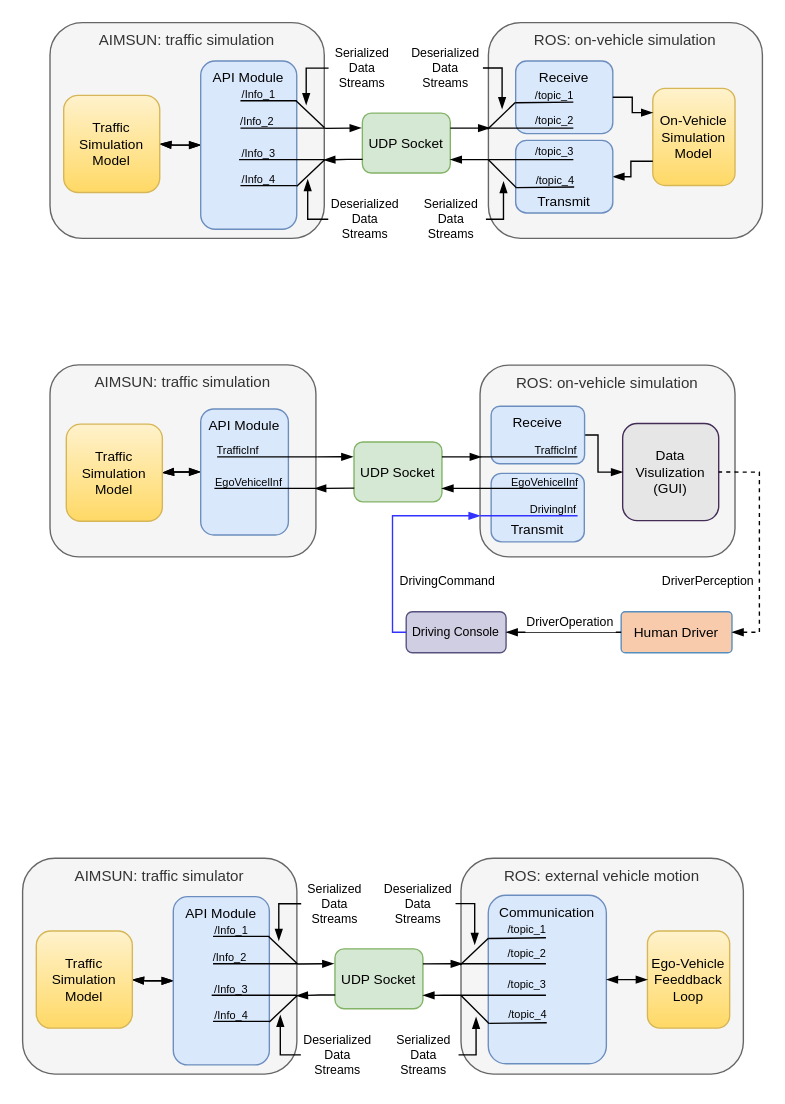
Above: page "Page-1" (1 of 2) of ROS_AIMSUN_Bridge.drawio in LimingGao/draw_io (draw.io), before the change. Source tidied: cells renumbered, new cells numbered last; positions are measured from the earlier drawing's top-left corner, leaving out a move shared by most shapes. Both pictures are drawn from the tidied source at 137%, with x=0, y=0 at pixel (22, 22).
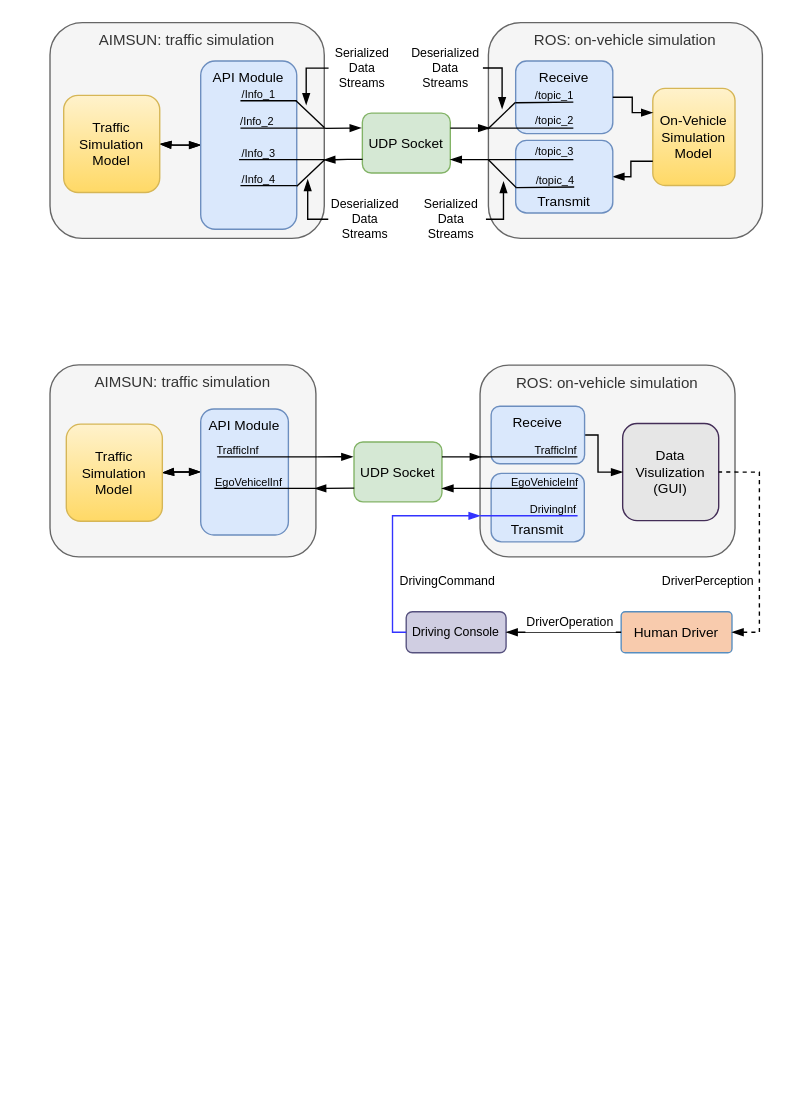
The same diagram, later.

The change refers to these unchanged cells:
```xml
<mxCell id="117" style="edgeStyle=orthogonalEdgeStyle;rounded=0;orthogonalLoop=1;jettySize=auto;startArrow=none;startFill=0;endArrow=none;endFill=0;strokeWidth=1;" parent="1" edge="1">
  <mxGeometry relative="1" as="geometry">
    <mxPoint x="405" y="340" as="sourcePoint" />
    <mxPoint x="333.9" y="340" as="targetPoint" />
  </mxGeometry>
</mxCell>
```

The edit, as a diff of the source:
```diff
@@
-    <mxCell id="2" value="AIMSUN: traffic simulator" style="rounded=1;align=center;verticalAlign=top;fontSize=11;fontStyle=0;strokeColor=#666666;fillColor=#f5f5f5;fontColor=#333333;glass=0;" parent="1" vertex="1">
-      <mxGeometry y="610" width="200.2" height="157.5" as="geometry" />
-    </mxCell>
-    <mxCell id="3" style="edgeStyle=orthogonalEdgeStyle;rounded=0;jettySize=auto;endArrow=blockThin;endFill=1;startArrow=blockThin;startFill=1;" parent="1" edge="1" source="5" target="6">
-      <mxGeometry relative="1" as="geometry" />
-    </mxCell>
-    <mxCell id="4" style="edgeStyle=orthogonalEdgeStyle;rounded=0;jettySize=auto;startArrow=blockThin;startFill=1;endArrow=blockThin;endFill=1;strokeWidth=1;" parent="1" edge="1" source="5" target="6">
-      <mxGeometry relative="1" as="geometry" />
-    </mxCell>
-    <mxCell id="5" value="API Module" style="rounded=1;align=center;verticalAlign=top;fontSize=10;fontStyle=0;fillColor=#dae8fc;strokeColor=#6c8ebf;" parent="1" vertex="1">
-      <mxGeometry x="110" y="638" width="70.1" height="122.8" as="geometry" />
-    </mxCell>
-    <mxCell id="6" value="Traffic&#10;Simulation&#10;Model" style="rounded=1;align=center;verticalAlign=middle;fontSize=10;fontStyle=0;fillColor=#fff2cc;strokeColor=#d6b656;gradientColor=#ffd966;" parent="1" vertex="1">
-      <mxGeometry x="10" y="663.1" width="70.1" height="70.9" as="geometry" />
-    </mxCell>
-    <mxCell id="7" value="UDP Socket" style="rounded=1;align=center;verticalAlign=middle;fillColor=#d5e8d4;strokeColor=#82b366;fontSize=10;fontStyle=0;" parent="1" vertex="1">
-      <mxGeometry x="228" y="676.1" width="64.2" height="43.7" as="geometry" />
-    </mxCell>
-    <mxCell id="8" value="ROS: external vehicle motion" style="rounded=1;align=center;verticalAlign=top;fontSize=11;fontStyle=0;strokeColor=#666666;fillColor=#f5f5f5;fontColor=#333333;glass=0;" parent="1" vertex="1">
-      <mxGeometry x="320" y="610" width="206.1" height="157.5" as="geometry" />
-    </mxCell>
-    <mxCell id="9" value="Communication" style="rounded=1;align=center;verticalAlign=top;fontSize=10;fontStyle=0;fillColor=#dae8fc;strokeColor=#6c8ebf;" parent="1" vertex="1">
-      <mxGeometry x="339.9" y="637" width="86.2" height="123" as="geometry" />
-    </mxCell>
-    <mxCell id="10" value="Ego-Vehicle&#10;Feeddback&#10;Loop" style="rounded=1;align=center;verticalAlign=middle;fontSize=10;fontStyle=0;fillColor=#fff2cc;strokeColor=#d6b656;gradientColor=#ffd966;" parent="1" vertex="1">
-      <mxGeometry x="456.1" y="663.1" width="60" height="70.9" as="geometry" />
-    </mxCell>
-    <mxCell id="11" style="rounded=0;jettySize=auto;startArrow=blockThin;startFill=1;endArrow=none;endFill=0;strokeWidth=1;entryX=1.003;entryY=0.49;entryDx=0;entryDy=0;exitX=-0.012;exitY=0.247;exitDx=0;exitDy=0;exitPerimeter=0;entryPerimeter=0;" parent="1" edge="1" source="7" target="2">
-      <mxGeometry relative="1" as="geometry" />
-    </mxCell>
-    <mxCell id="12" style="rounded=0;jettySize=auto;startArrow=blockThin;startFill=1;endArrow=none;endFill=0;strokeWidth=1;entryX=1;entryY=0.25;entryDx=0;entryDy=0;" parent="1" edge="1" target="7">
-      <mxGeometry relative="1" as="geometry">
-        <mxPoint x="321" y="687" as="sourcePoint" />
-      </mxGeometry>
-    </mxCell>
-    <mxCell id="13" style="edgeStyle=orthogonalEdgeStyle;rounded=0;jettySize=auto;startArrow=blockThin;startFill=1;endArrow=blockThin;endFill=1;strokeWidth=1;entryX=1;entryY=0.5;entryDx=0;entryDy=0;" parent="1" edge="1" source="10" target="9">
-      <mxGeometry relative="1" as="geometry" />
-    </mxCell>
-    <mxCell id="14" style="edgeStyle=orthogonalEdgeStyle;rounded=0;orthogonalLoop=1;jettySize=auto;startArrow=none;startFill=0;endArrow=none;endFill=0;strokeWidth=1;" parent="1" edge="1">
-      <mxGeometry relative="1" as="geometry">
-        <mxPoint x="382" y="687" as="sourcePoint" />
-        <mxPoint x="320" y="687" as="targetPoint" />
-      </mxGeometry>
-    </mxCell>
-    <mxCell id="15" value="/topic_2" style="edgeLabel;align=center;verticalAlign=middle;fontSize=8;labelBackgroundColor=none;" parent="14" vertex="1">
-      <mxGeometry x="-0.2" y="2" relative="1" as="geometry">
-        <mxPoint x="11" y="-10" as="offset" />
-      </mxGeometry>
-    </mxCell>
-    <mxCell id="16" style="rounded=0;orthogonalLoop=1;jettySize=auto;startArrow=none;startFill=0;endArrow=none;endFill=0;strokeWidth=1;" parent="1" edge="1">
-      <mxGeometry relative="1" as="geometry">
-        <mxPoint x="382" y="668" as="sourcePoint" />
-        <mxPoint x="340" y="668.5" as="targetPoint" />
-      </mxGeometry>
-    </mxCell>
-    <mxCell id="17" value="/topic_1" style="edgeLabel;align=center;verticalAlign=middle;fontSize=8;labelBackgroundColor=none;" parent="16" vertex="1">
-      <mxGeometry x="-0.2" y="2" relative="1" as="geometry">
-        <mxPoint x="2.9" y="-8.5" as="offset" />
-      </mxGeometry>
-    </mxCell>
-    <mxCell id="18" style="rounded=0;jettySize=auto;startArrow=none;startFill=0;endArrow=none;endFill=0;strokeWidth=1;entryX=-0.003;entryY=0.494;entryDx=0;entryDy=0;exitX=0.001;exitY=0.255;exitDx=0;exitDy=0;entryPerimeter=0;exitPerimeter=0;" parent="1" edge="1" source="9" target="8">
-      <mxGeometry relative="1" as="geometry" />
-    </mxCell>
-    <mxCell id="19" style="edgeStyle=orthogonalEdgeStyle;rounded=0;orthogonalLoop=1;jettySize=auto;startArrow=none;startFill=0;endArrow=none;endFill=0;strokeWidth=1;" parent="1" edge="1">
-      <mxGeometry relative="1" as="geometry">
-        <mxPoint x="382" y="710" as="sourcePoint" />
-        <mxPoint x="320" y="710" as="targetPoint" />
-      </mxGeometry>
-    </mxCell>
-    <mxCell id="20" value="/topic_3" style="edgeLabel;align=center;verticalAlign=middle;fontSize=8;labelBackgroundColor=none;" parent="19" vertex="1">
-      <mxGeometry x="-0.2" y="2" relative="1" as="geometry">
-        <mxPoint x="11" y="-10" as="offset" />
-      </mxGeometry>
-    </mxCell>
-    <mxCell id="21" style="rounded=0;orthogonalLoop=1;jettySize=auto;startArrow=none;startFill=0;endArrow=none;endFill=0;strokeWidth=1;" parent="1" edge="1">
-      <mxGeometry relative="1" as="geometry">
-        <mxPoint x="382.6" y="730" as="sourcePoint" />
-        <mxPoint x="340.6" y="730.5" as="targetPoint" />
-      </mxGeometry>
-    </mxCell>
-    <mxCell id="22" value="/topic_4" style="edgeLabel;align=center;verticalAlign=middle;fontSize=8;labelBackgroundColor=none;" parent="21" vertex="1">
-      <mxGeometry x="-0.2" y="2" relative="1" as="geometry">
-        <mxPoint x="2.9" y="-8.5" as="offset" />
-      </mxGeometry>
-    </mxCell>
-    <mxCell id="23" style="rounded=0;jettySize=auto;startArrow=none;startFill=0;endArrow=none;endFill=0;strokeWidth=1;exitX=0.001;exitY=0.255;exitDx=0;exitDy=0;exitPerimeter=0;entryX=0;entryY=0.636;entryDx=0;entryDy=0;entryPerimeter=0;" parent="1" edge="1" target="8">
-      <mxGeometry relative="1" as="geometry">
-        <mxPoint x="340.6" y="730.7" as="sourcePoint" />
-      </mxGeometry>
-    </mxCell>
-    <mxCell id="24" style="edgeStyle=orthogonalEdgeStyle;rounded=0;jettySize=auto;startArrow=none;startFill=0;endArrow=blockThin;endFill=1;strokeWidth=1;entryX=0.999;entryY=0.776;entryDx=0;entryDy=0;entryPerimeter=0;" parent="1" edge="1" target="7">
-      <mxGeometry relative="1" as="geometry">
-        <mxPoint x="320" y="710" as="sourcePoint" />
-        <Array as="points">
-          <mxPoint x="307" y="710" />
-        </Array>
-      </mxGeometry>
-    </mxCell>
-    <mxCell id="25" style="edgeStyle=orthogonalEdgeStyle;rounded=0;jettySize=auto;startArrow=none;startFill=0;endArrow=blockThin;endFill=1;strokeWidth=1;entryX=0.998;entryY=0.637;entryDx=0;entryDy=0;entryPerimeter=0;exitX=0.003;exitY=0.771;exitDx=0;exitDy=0;exitPerimeter=0;" parent="1" edge="1" source="7" target="2">
-      <mxGeometry relative="1" as="geometry">
-        <Array as="points">
-          <mxPoint x="217" y="710" />
-        </Array>
-      </mxGeometry>
-    </mxCell>
-    <mxCell id="26" style="edgeStyle=orthogonalEdgeStyle;rounded=0;orthogonalLoop=1;jettySize=auto;startArrow=none;startFill=0;endArrow=none;endFill=0;strokeWidth=1;" parent="1" edge="1">
-      <mxGeometry relative="1" as="geometry">
-        <mxPoint x="201" y="687" as="sourcePoint" />
-        <mxPoint x="139" y="687" as="targetPoint" />
-        <Array as="points">
-          <mxPoint x="179" y="687" />
-          <mxPoint x="179" y="687" />
-        </Array>
-      </mxGeometry>
-    </mxCell>
-    <mxCell id="27" value="/Info_2" style="edgeLabel;align=center;verticalAlign=middle;fontSize=8;labelBackgroundColor=none;" parent="26" vertex="1">
-      <mxGeometry x="-0.2" y="2" relative="1" as="geometry">
-        <mxPoint x="-25" y="-7" as="offset" />
-      </mxGeometry>
-    </mxCell>
-    <mxCell id="28" style="rounded=0;orthogonalLoop=1;jettySize=auto;startArrow=none;startFill=0;endArrow=none;endFill=0;strokeWidth=1;entryX=-0.003;entryY=0.494;entryDx=0;entryDy=0;exitX=0.001;exitY=0.255;exitDx=0;exitDy=0;entryPerimeter=0;exitPerimeter=0;" parent="1" edge="1">
-      <mxGeometry relative="1" as="geometry">
-        <mxPoint x="200.7" y="710" as="sourcePoint" />
-        <mxPoint x="180.1" y="729.4" as="targetPoint" />
-      </mxGeometry>
-    </mxCell>
-    <mxCell id="29" style="rounded=0;jettySize=auto;startArrow=none;startFill=0;endArrow=none;endFill=0;strokeWidth=1;exitX=0.001;exitY=0.255;exitDx=0;exitDy=0;exitPerimeter=0;entryX=0.992;entryY=0.237;entryDx=0;entryDy=0;entryPerimeter=0;" parent="1" edge="1" target="5">
-      <mxGeometry relative="1" as="geometry">
-        <mxPoint x="200.2" y="686.6" as="sourcePoint" />
-      </mxGeometry>
-    </mxCell>
-    <mxCell id="30" style="edgeStyle=orthogonalEdgeStyle;rounded=0;orthogonalLoop=1;jettySize=auto;startArrow=none;startFill=0;endArrow=none;endFill=0;strokeWidth=1;" parent="1" edge="1">
-      <mxGeometry relative="1" as="geometry">
-        <mxPoint x="159" y="667" as="sourcePoint" />
-        <mxPoint x="139" y="667" as="targetPoint" />
-        <Array as="points">
-          <mxPoint x="180.1" y="667" />
-          <mxPoint x="180.1" y="667" />
-        </Array>
-      </mxGeometry>
-    </mxCell>
-    <mxCell id="31" value="/Info_1" style="edgeLabel;align=center;verticalAlign=middle;fontSize=8;labelBackgroundColor=none;" parent="30" vertex="1">
-      <mxGeometry x="-0.2" y="2" relative="1" as="geometry">
-        <mxPoint x="-24.1" y="-7" as="offset" />
-      </mxGeometry>
-    </mxCell>
-    <mxCell id="32" style="edgeStyle=orthogonalEdgeStyle;rounded=0;orthogonalLoop=1;jettySize=auto;startArrow=none;startFill=0;endArrow=none;endFill=0;strokeWidth=1;" parent="1" edge="1">
-      <mxGeometry relative="1" as="geometry">
-        <mxPoint x="200" y="710" as="sourcePoint" />
-        <mxPoint x="138" y="710" as="targetPoint" />
-        <Array as="points">
-          <mxPoint x="178" y="710" />
-          <mxPoint x="178" y="710" />
-        </Array>
-      </mxGeometry>
-    </mxCell>
-    <mxCell id="33" value="/Info_3" style="edgeLabel;align=center;verticalAlign=middle;fontSize=8;labelBackgroundColor=none;" parent="32" vertex="1">
-      <mxGeometry x="-0.2" y="2" relative="1" as="geometry">
-        <mxPoint x="-23" y="-7" as="offset" />
-      </mxGeometry>
-    </mxCell>
-    <mxCell id="34" style="edgeStyle=orthogonalEdgeStyle;rounded=0;orthogonalLoop=1;jettySize=auto;startArrow=none;startFill=0;endArrow=none;endFill=0;strokeWidth=1;" parent="1" edge="1">
-      <mxGeometry relative="1" as="geometry">
-        <mxPoint x="159" y="729" as="sourcePoint" />
-        <mxPoint x="139" y="729" as="targetPoint" />
-        <Array as="points">
-          <mxPoint x="180.1" y="729" />
-          <mxPoint x="180.1" y="729" />
-        </Array>
-      </mxGeometry>
-    </mxCell>
-    <mxCell id="35" value="/Info_4" style="edgeLabel;align=center;verticalAlign=middle;fontSize=8;labelBackgroundColor=none;" parent="34" vertex="1">
-      <mxGeometry x="-0.2" y="2" relative="1" as="geometry">
-        <mxPoint x="-24.1" y="-7" as="offset" />
-      </mxGeometry>
-    </mxCell>
-    <mxCell id="36" value="Serialized&#10;Data &#10;Streams" style="text;align=center;verticalAlign=middle;points=[];fillColor=none;strokeColor=none;rounded=0;labelBackgroundColor=none;fontSize=9;" parent="1" vertex="1">
-      <mxGeometry x="203.1" y="623.1" width="50" height="40" as="geometry" />
-    </mxCell>
-    <mxCell id="37" style="edgeStyle=orthogonalEdgeStyle;rounded=0;jettySize=auto;startArrow=blockThin;startFill=1;endArrow=none;endFill=0;strokeWidth=1;entryX=0.005;entryY=0.502;entryDx=0;entryDy=0;entryPerimeter=0;" parent="1" edge="1" target="36">
-      <mxGeometry relative="1" as="geometry">
-        <mxPoint x="187" y="670" as="sourcePoint" />
-        <Array as="points">
-          <mxPoint x="187" y="670" />
-          <mxPoint x="187" y="625" />
-        </Array>
-      </mxGeometry>
-    </mxCell>
-    <mxCell id="38" style="edgeStyle=orthogonalEdgeStyle;rounded=0;jettySize=auto;startArrow=blockThin;startFill=1;endArrow=none;endFill=0;strokeWidth=1;entryX=0;entryY=0.5;entryDx=0;entryDy=0;" parent="1" edge="1" target="43">
-      <mxGeometry relative="1" as="geometry">
-        <mxPoint x="188.1" y="724.5" as="sourcePoint" />
-        <Array as="points">
-          <mxPoint x="188" y="753" />
-          <mxPoint x="203" y="753" />
-        </Array>
-      </mxGeometry>
-    </mxCell>
-    <mxCell id="39" value="Serialized&#10;Data &#10;Streams" style="text;align=center;verticalAlign=middle;points=[];fillColor=none;strokeColor=none;rounded=0;labelBackgroundColor=none;fontSize=9;" parent="1" vertex="1">
-      <mxGeometry x="268" y="733.5" width="50" height="40" as="geometry" />
-    </mxCell>
-    <mxCell id="40" style="edgeStyle=orthogonalEdgeStyle;rounded=0;jettySize=auto;startArrow=blockThin;startFill=1;endArrow=none;endFill=0;strokeWidth=1;entryX=1.004;entryY=0.5;entryDx=0;entryDy=0;entryPerimeter=0;" parent="1" edge="1" target="39">
-      <mxGeometry relative="1" as="geometry">
-        <mxPoint x="331" y="726" as="sourcePoint" />
-        <Array as="points">
-          <mxPoint x="331" y="753" />
-          <mxPoint x="318" y="753" />
-        </Array>
-      </mxGeometry>
-    </mxCell>
-    <mxCell id="41" style="edgeStyle=orthogonalEdgeStyle;rounded=0;jettySize=auto;startArrow=blockThin;startFill=1;endArrow=none;endFill=0;strokeWidth=1;entryX=1;entryY=0.5;entryDx=0;entryDy=0;" parent="1" edge="1" target="42">
-      <mxGeometry relative="1" as="geometry">
-        <mxPoint x="330" y="673" as="sourcePoint" />
-        <Array as="points">
-          <mxPoint x="330" y="644" />
-        </Array>
-      </mxGeometry>
-    </mxCell>
-    <mxCell id="42" value="Deserialized&#10;Data&#10;Streams" style="rounded=1;align=center;verticalAlign=middle;fontSize=9;fontStyle=0;fillColor=none;strokeColor=none;" parent="1" vertex="1">
-      <mxGeometry x="261.8" y="623.7" width="54.2" height="38.8" as="geometry" />
-    </mxCell>
-    <mxCell id="43" value="Deserialized&#10;Data&#10;Streams" style="rounded=1;align=center;verticalAlign=middle;fontSize=9;fontStyle=0;fillColor=none;strokeColor=none;" parent="1" vertex="1">
-      <mxGeometry x="203.1" y="734.1" width="54.2" height="38.8" as="geometry" />
-    </mxCell>
@@
-    <mxCell id="118" value="EgoVehicelInf" style="edgeLabel;align=center;verticalAlign=middle;fontSize=8;labelBackgroundColor=none;" parent="117" vertex="1">
+    <mxCell id="118" value="EgoVehicleInf" style="edgeLabel;align=center;verticalAlign=middle;fontSize=8;labelBackgroundColor=none;" parent="117" vertex="1">
       <mxGeometry x="-0.2" y="2" relative="1" as="geometry">
         <mxPoint x="4" y="-7" as="offset" />
       </mxGeometry>
     </mxCell>
```
